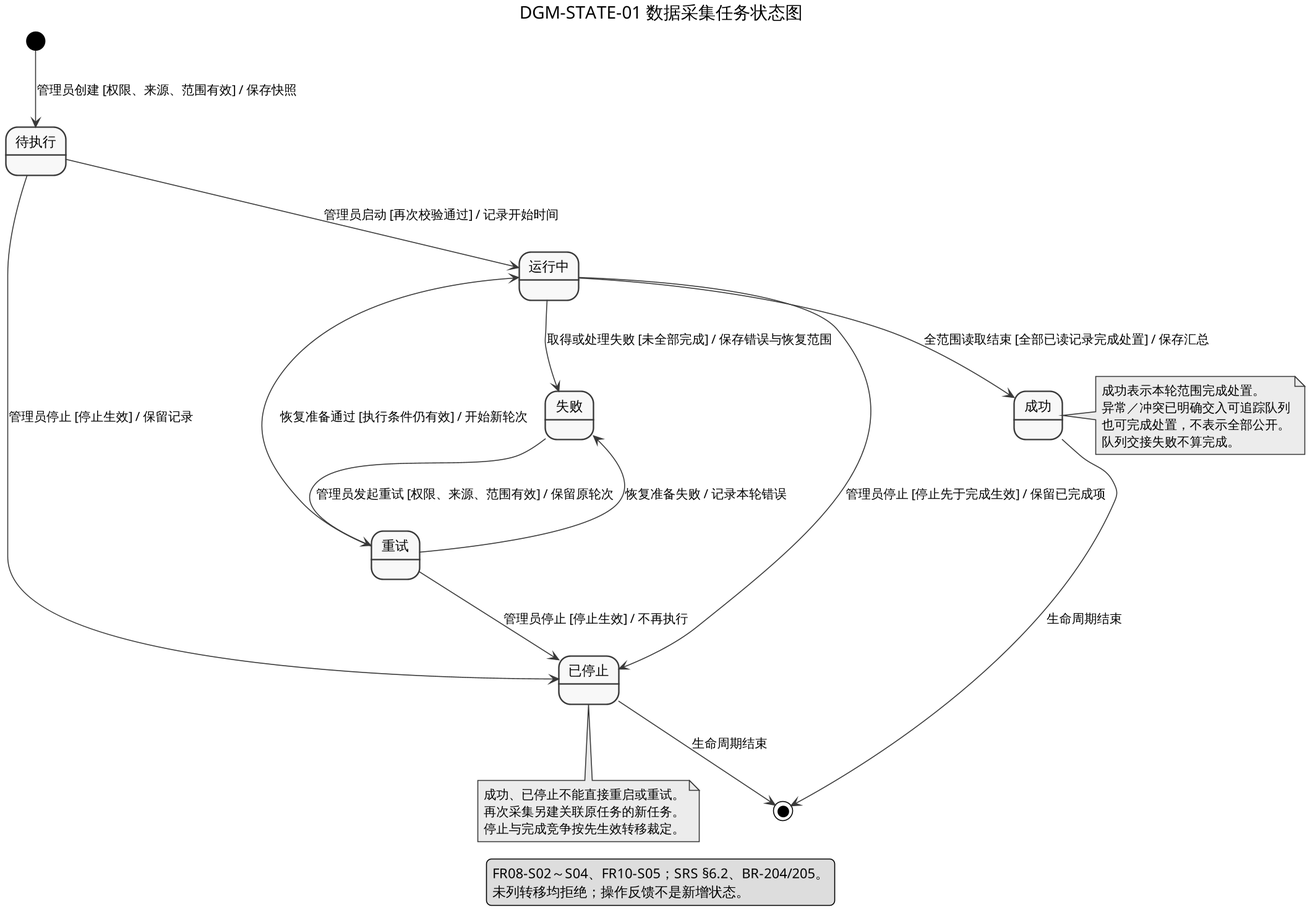
Above: docs/uml/collection/generated/collection-task-state.png in CognitaNexus/CognitaNexus (PlantUML), before the change. Its source is kept beside it as docs/uml/collection/collection-task-state.puml.
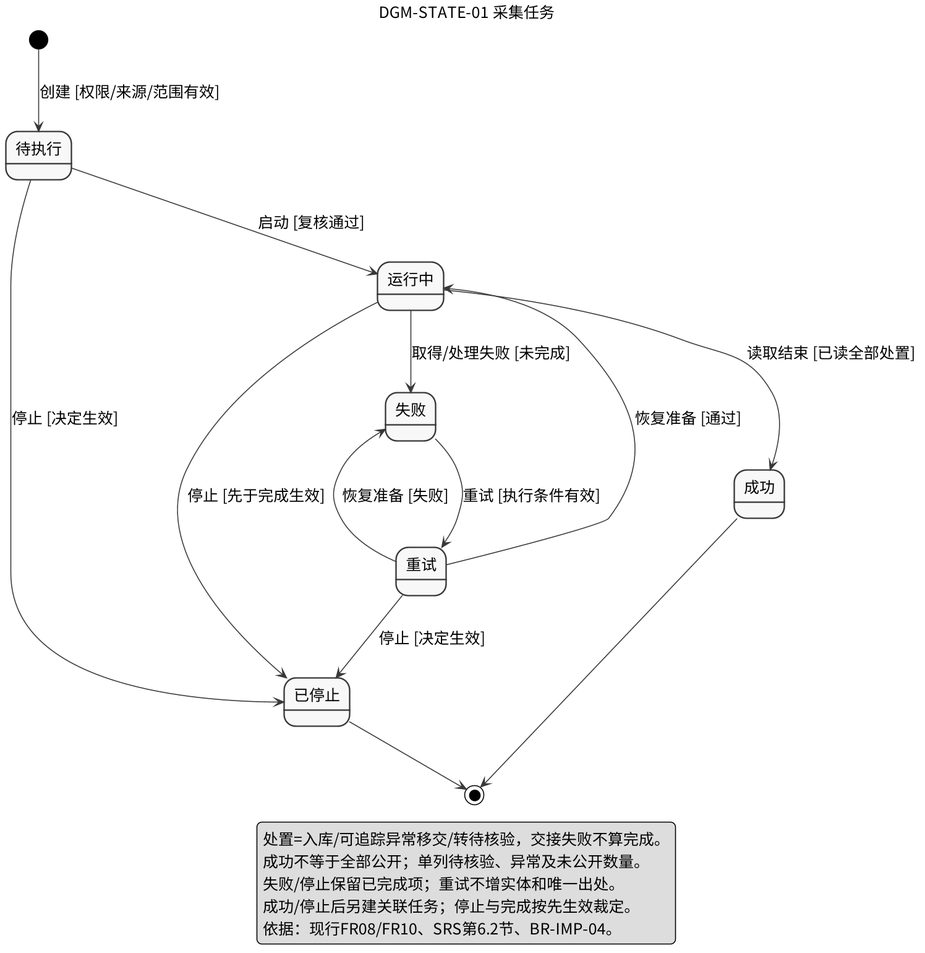
After the commit.

Change to the diagram source:
```diff
@@ -1,44 +1,33 @@
 @startuml
 skinparam monochrome true
 skinparam shadowing false
+skinparam defaultFontName "Noto Sans CJK SC"
+skinparam defaultFontSize 16
 skinparam dpi 150
-title DGM-STATE-01 数据采集任务状态图
-
+title DGM-STATE-01 采集任务
 state "待执行" as Pending
 state "运行中" as Running
 state "成功" as Success
 state "失败" as Failed
 state "重试" as Retry
 state "已停止" as Stopped
-
-[*] --> Pending : 管理员创建 [权限、来源、范围有效] / 保存快照
-Pending --> Running : 管理员启动 [再次校验通过] / 记录开始时间
-Pending --> Stopped : 管理员停止 [停止生效] / 保留记录
-Running --> Success : 全范围读取结束 [全部已读记录完成处置] / 保存汇总
-Running --> Failed : 取得或处理失败 [未全部完成] / 保存错误与恢复范围
-Running --> Stopped : 管理员停止 [停止先于完成生效] / 保留已完成项
-Failed --> Retry : 管理员发起重试 [权限、来源、范围有效] / 保留原轮次
-Retry --> Running : 恢复准备通过 [执行条件仍有效] / 开始新轮次
-Retry --> Failed : 恢复准备失败 / 记录本轮错误
-Retry --> Stopped : 管理员停止 [停止生效] / 不再执行
-Success --> [*] : 生命周期结束
-Stopped --> [*] : 生命周期结束
-
-note right of Success
-成功表示本轮范围完成处置。
-异常／冲突已明确交入可追踪队列
-也可完成处置，不表示全部公开。
-队列交接失败不算完成。
-end note
-
-note bottom of Stopped
-成功、已停止不能直接重启或重试。
-再次采集另建关联原任务的新任务。
-停止与完成竞争按先生效转移裁定。
-end note
-
+[*] --> Pending : 创建 [权限/来源/范围有效]
+Pending --> Running : 启动 [复核通过]
+Pending --> Stopped : 停止 [决定生效]
+Running --> Success : 读取结束 [已读全部处置]
+Running --> Failed : 取得/处理失败 [未完成]
+Running --> Stopped : 停止 [先于完成生效]
+Failed --> Retry : 重试 [执行条件有效]
+Retry --> Running : 恢复准备 [通过]
+Retry --> Failed : 恢复准备 [失败]
+Retry --> Stopped : 停止 [决定生效]
+Success --> [*]
+Stopped --> [*]
 legend bottom
-FR08-S02～S04、FR10-S05；SRS §6.2、BR-204/205。
-未列转移均拒绝；操作反馈不是新增状态。
+  处置=入库/可追踪异常移交/转待核验，交接失败不算完成。
+  成功不等于全部公开；单列待核验、异常及未公开数量。
+  失败/停止保留已完成项；重试不增实体和唯一出处。
+  成功/停止后另建关联任务；停止与完成按先生效裁定。
+  依据：现行FR08/FR10、SRS第6.2节、BR-IMP-04。
 endlegend
 @enduml
```
